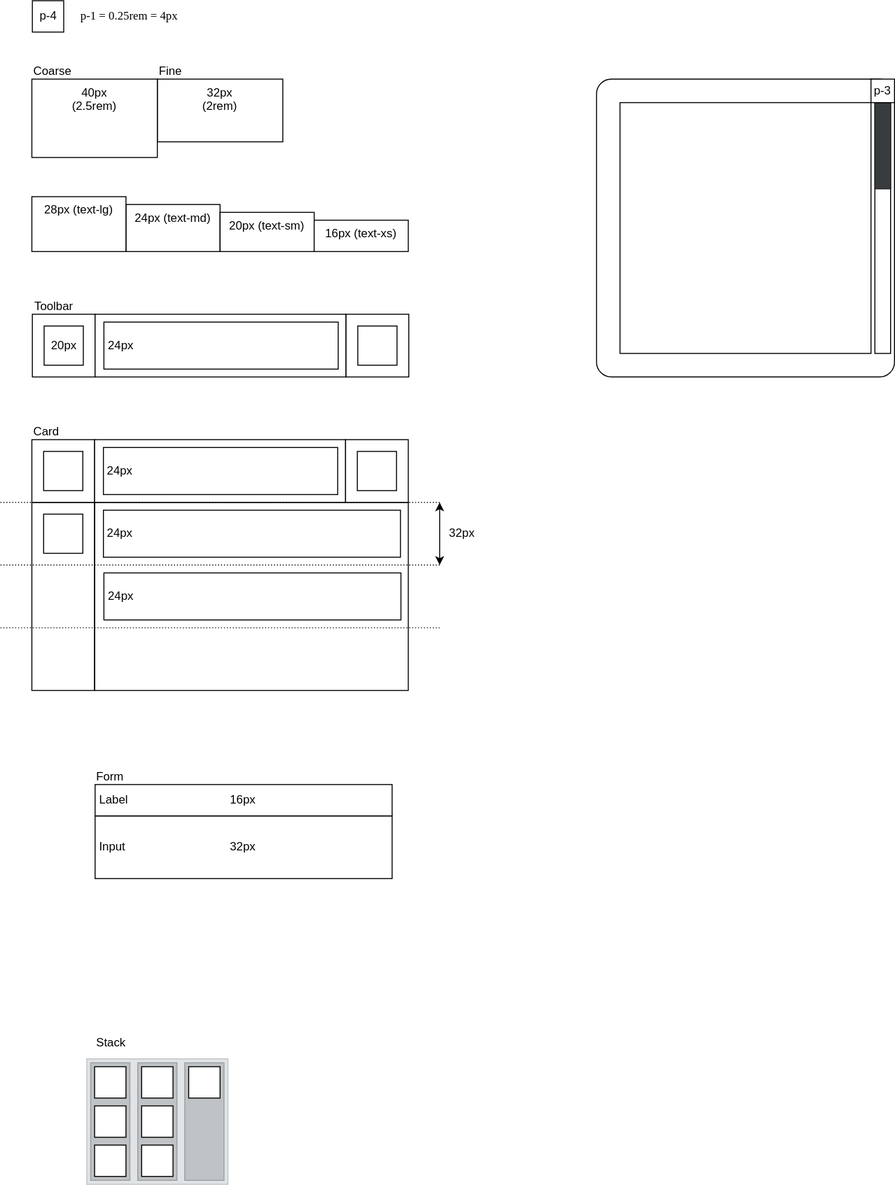
This is packages/ui/ui-theme/src/docs/layout.drawio.svg from dxos/dxos, a draw.io export, as it was before one commit. Source tidied: cells renumbered, new cells last; positions are measured from the earlier drawing's top-left corner, leaving out a move shared by most shapes.
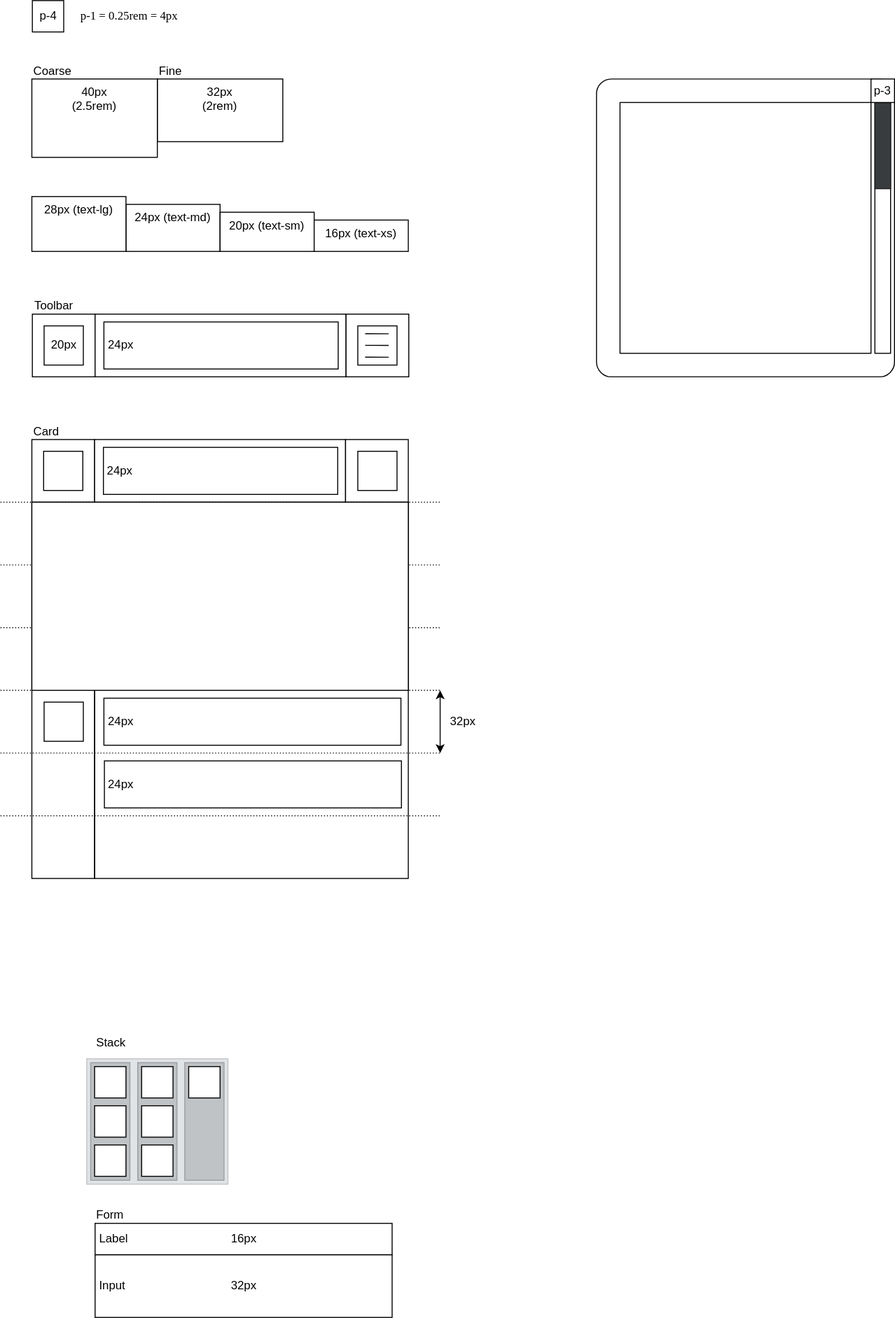
Above is the later version.

What changed in the source:
```diff
@@ -30,7 +30,7 @@
       <mxGeometry x="352" y="448" width="64" height="64" as="geometry" />
     </mxCell>
     <mxCell id="11" style="rounded=0;whiteSpace=wrap;html=1;" parent="1" vertex="1">
-      <mxGeometry x="364" y="460" width="40" height="40" as="geometry" />
+      <mxGeometry x="364.5" y="460" width="40" height="40" as="geometry" />
     </mxCell>
     <mxCell id="12" value="Coarse" style="rounded=0;whiteSpace=wrap;html=1;fillColor=none;strokeColor=none;align=left;" parent="1" vertex="1">
       <mxGeometry x="32" y="64" width="120" height="16" as="geometry" />
@@ -42,13 +42,13 @@
       <mxGeometry x="160" y="64" width="120" height="16" as="geometry" />
     </mxCell>
     <mxCell id="15" style="rounded=0;whiteSpace=wrap;html=1;fillColor=none;" parent="1" vertex="1">
-      <mxGeometry x="96" y="512" width="320" height="192" as="geometry" />
+      <mxGeometry x="96" y="512" width="320" height="384" as="geometry" />
     </mxCell>
     <mxCell id="16" style="rounded=0;whiteSpace=wrap;html=1;" parent="1" vertex="1">
-      <mxGeometry x="44" y="524" width="40" height="40" as="geometry" />
+      <mxGeometry x="44.5" y="716" width="40" height="40" as="geometry" />
     </mxCell>
     <mxCell id="17" value="24px" style="rounded=0;whiteSpace=wrap;html=1;align=left;spacingLeft=2;" parent="1" vertex="1">
-      <mxGeometry x="105" y="520" width="303" height="48" as="geometry" />
+      <mxGeometry x="105.5" y="712" width="303" height="48" as="geometry" />
     </mxCell>
     <mxCell id="18" style="endArrow=none;dashed=1;html=1;strokeWidth=1;dashPattern=1 2;" parent="1" edge="1">
       <mxGeometry relative="1" as="geometry">
@@ -90,19 +90,19 @@
       </mxGeometry>
     </mxCell>
     <mxCell id="29" style="rounded=0;whiteSpace=wrap;html=1;fillColor=none;" parent="1" vertex="1">
-      <mxGeometry x="32" y="512" width="64" height="192" as="geometry" />
+      <mxGeometry x="32" y="512" width="64" height="384" as="geometry" />
     </mxCell>
     <mxCell id="30" style="endArrow=classic;startArrow=classic;html=1;strokeWidth=1;" parent="1" edge="1">
       <mxGeometry relative="1" as="geometry">
-        <mxPoint x="448" y="576" as="sourcePoint" />
-        <mxPoint x="448" y="512" as="targetPoint" />
+        <mxPoint x="448.5" y="768" as="sourcePoint" />
+        <mxPoint x="448.5" y="704" as="targetPoint" />
       </mxGeometry>
     </mxCell>
     <mxCell id="31" value="32px" style="rounded=0;whiteSpace=wrap;html=1;fillColor=none;strokeColor=none;align=left;" parent="1" vertex="1">
-      <mxGeometry x="456" y="536" width="56" height="16" as="geometry" />
+      <mxGeometry x="456.5" y="728" width="56" height="16" as="geometry" />
     </mxCell>
     <mxCell id="32" value="24px" style="rounded=0;whiteSpace=wrap;html=1;align=left;spacingLeft=2;" parent="1" vertex="1">
-      <mxGeometry x="105.5" y="584" width="303" height="48" as="geometry" />
+      <mxGeometry x="106" y="776" width="303" height="48" as="geometry" />
     </mxCell>
     <mxCell id="33" style="endArrow=none;dashed=1;html=1;strokeWidth=1;dashPattern=1 2;" parent="1" edge="1">
       <mxGeometry relative="1" as="geometry">
@@ -111,19 +111,19 @@
       </mxGeometry>
     </mxCell>
     <mxCell id="34" value="32px" style="rounded=0;whiteSpace=wrap;html=1;" parent="1" vertex="1">
-      <mxGeometry x="96.5" y="832" width="303" height="64" as="geometry" />
+      <mxGeometry x="96.5" y="1280" width="303" height="64" as="geometry" />
     </mxCell>
     <mxCell id="35" value="16px" style="rounded=0;whiteSpace=wrap;html=1;" parent="1" vertex="1">
-      <mxGeometry x="96.5" y="800" width="303" height="32" as="geometry" />
+      <mxGeometry x="96.5" y="1248" width="303" height="32" as="geometry" />
     </mxCell>
     <mxCell id="36" value="Form" style="rounded=0;whiteSpace=wrap;html=1;fillColor=none;strokeColor=none;align=left;" parent="1" vertex="1">
-      <mxGeometry x="96" y="784" width="120" height="16" as="geometry" />
+      <mxGeometry x="96" y="1232" width="120" height="16" as="geometry" />
     </mxCell>
     <mxCell id="37" value="Label" style="rounded=0;whiteSpace=wrap;html=1;fillColor=none;strokeColor=none;align=left;spacingLeft=2;" parent="1" vertex="1">
-      <mxGeometry x="96.5" y="808" width="120" height="16" as="geometry" />
+      <mxGeometry x="96.5" y="1256" width="120" height="16" as="geometry" />
     </mxCell>
     <mxCell id="38" value="Input" style="rounded=0;whiteSpace=wrap;html=1;fillColor=none;strokeColor=none;align=left;spacingLeft=2;" parent="1" vertex="1">
-      <mxGeometry x="96.5" y="856" width="120" height="16" as="geometry" />
+      <mxGeometry x="96.5" y="1304" width="120" height="16" as="geometry" />
     </mxCell>
     <mxCell id="39" style="rounded=1;whiteSpace=wrap;html=1;fillColor=none;arcSize=5;" parent="1" vertex="1">
       <mxGeometry x="608" y="80" width="304" height="304" as="geometry" />
@@ -182,5 +182,47 @@
     <mxCell id="57" value="Stack" style="rounded=0;whiteSpace=wrap;html=1;fillColor=none;strokeColor=none;align=left;" parent="1" vertex="1">
       <mxGeometry x="96" y="1056" width="120" height="16" as="geometry" />
     </mxCell>
+    <mxCell id="58" style="endArrow=none;dashed=1;html=1;strokeWidth=1;dashPattern=1 2;" parent="1" edge="1">
+      <mxGeometry relative="1" as="geometry">
+        <mxPoint x="448" y="704" as="sourcePoint" />
+        <mxPoint y="704" as="targetPoint" />
+      </mxGeometry>
+    </mxCell>
+    <mxCell id="59" style="endArrow=none;dashed=1;html=1;strokeWidth=1;dashPattern=1 2;" parent="1" edge="1">
+      <mxGeometry relative="1" as="geometry">
+        <mxPoint x="448" y="768" as="sourcePoint" />
+        <mxPoint y="768" as="targetPoint" />
+      </mxGeometry>
+    </mxCell>
+    <mxCell id="60" style="endArrow=none;dashed=1;html=1;strokeWidth=1;dashPattern=1 2;" parent="1" edge="1">
+      <mxGeometry relative="1" as="geometry">
+        <mxPoint x="448" y="832" as="sourcePoint" />
+        <mxPoint y="832" as="targetPoint" />
+      </mxGeometry>
+    </mxCell>
+    <mxCell id="61" style="rounded=0;whiteSpace=wrap;html=1;" parent="1" vertex="1">
+      <mxGeometry x="32" y="512" width="384" height="192" as="geometry" />
+    </mxCell>
+    <mxCell id="62" style="group;" parent="1" vertex="1">
+      <mxGeometry x="372" y="339.9" width="24" height="24.1" as="geometry" />
+    </mxCell>
+    <mxCell id="63" style="endArrow=none;html=1;fontSize=12;" parent="62" edge="1">
+      <mxGeometry relative="1" as="geometry">
+        <mxPoint y="11.9" as="sourcePoint" />
+        <mxPoint x="24" y="12" as="targetPoint" />
+      </mxGeometry>
+    </mxCell>
+    <mxCell id="64" style="endArrow=none;html=1;fontSize=12;" parent="62" edge="1">
+      <mxGeometry relative="1" as="geometry">
+        <mxPoint as="sourcePoint" />
+        <mxPoint x="24" y="0.1" as="targetPoint" />
+      </mxGeometry>
+    </mxCell>
+    <mxCell id="65" style="endArrow=none;html=1;fontSize=12;" parent="62" edge="1">
+      <mxGeometry relative="1" as="geometry">
+        <mxPoint y="24" as="sourcePoint" />
+        <mxPoint x="24" y="24.1" as="targetPoint" />
+      </mxGeometry>
+    </mxCell>
   </root>
 </mxGraphModel>
```
